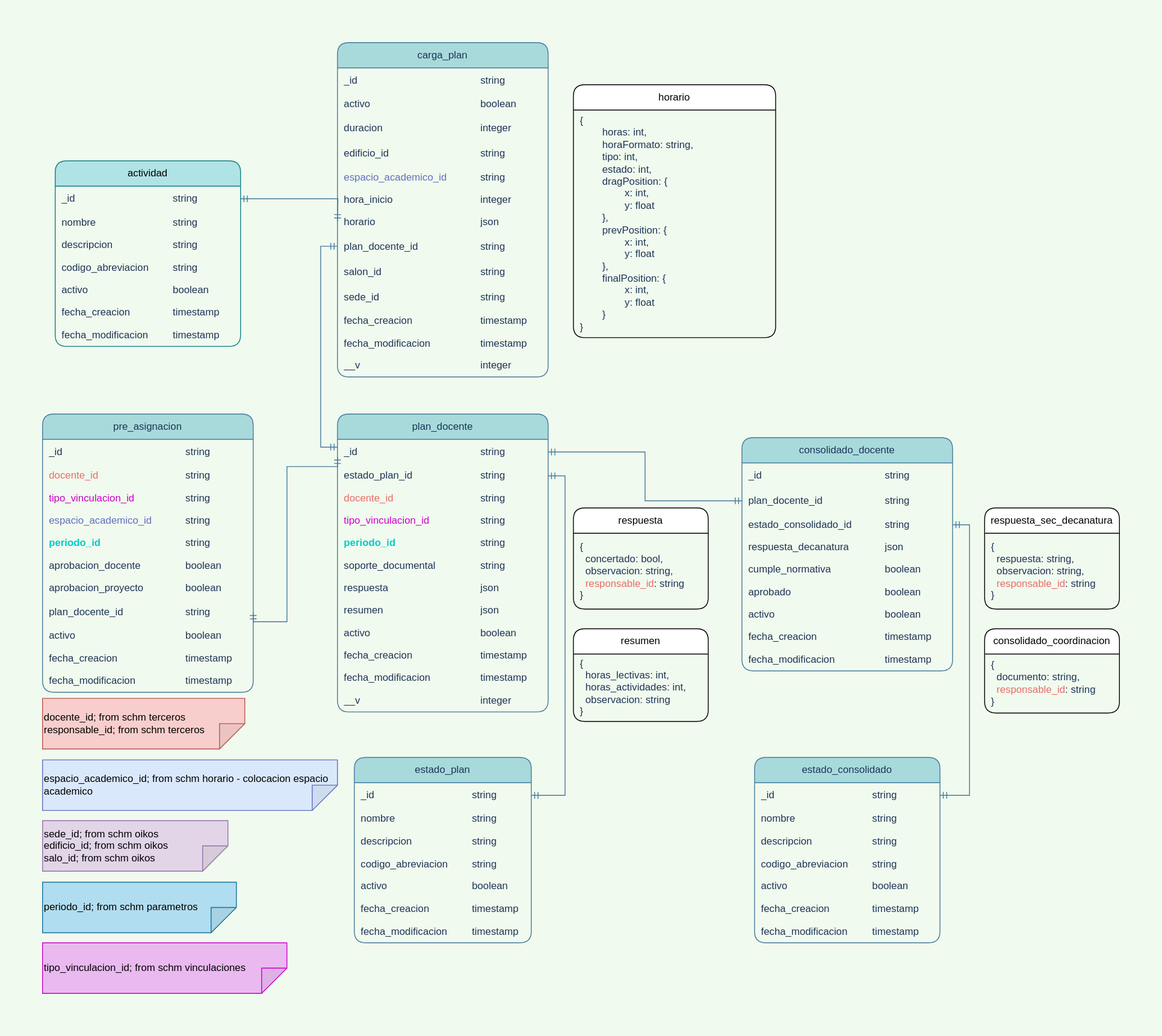
The draw.io diagram database/plan_trabajo_docente_crud.drawio.svg in udistrital/plan_trabajo_docente, before a commit. Source tidied: cells renumbered, new cells last; positions are measured from the earlier drawing's top-left corner, leaving out a move shared by most shapes.
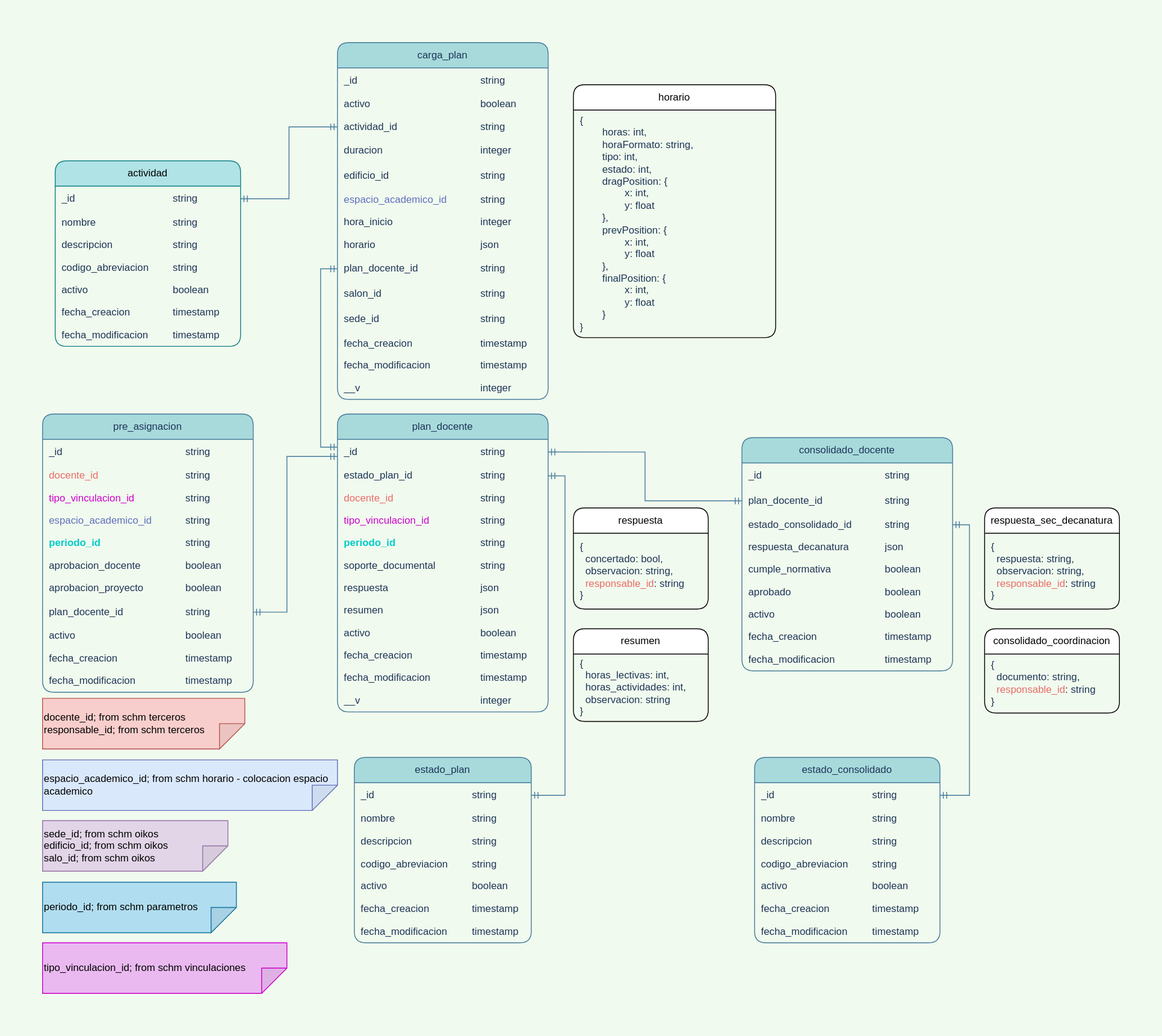
After the commit.

Commit message:
fix: actualización del esquema del plan de trabajo docente udistrital/sga_documentacion#375

What changed in the source:
```diff
@@ -438,7 +438,7 @@
       <mxGeometry relative="1" as="geometry" />
     </mxCell>
     <mxCell id="147" value="carga_plan" style="swimlane;fontStyle=0;horizontal=1;startSize=30;whiteSpace=wrap;html=1;rounded=1;labelBackgroundColor=none;fillColor=#A8DADC;strokeColor=#457B9D;fontColor=#1D3557;" parent="1" vertex="1">
-      <mxGeometry x="350" width="250" height="396.7" as="geometry" />
+      <mxGeometry x="350" width="250" height="423.4" as="geometry" />
     </mxCell>
     <mxCell id="148" style="group;glass=0;verticalAlign=middle;strokeColor=none;startSize=0;labelBackgroundColor=none;fontColor=#1D3557;" parent="147" vertex="1">
       <mxGeometry y="30" width="250" height="30" as="geometry" />
@@ -458,8 +458,17 @@
     <mxCell id="153" value="boolean" style="text;strokeColor=none;fillColor=none;align=left;verticalAlign=middle;spacingLeft=6;spacingRight=4;overflow=hidden;whiteSpace=wrap;html=1;labelBackgroundColor=none;fontColor=#1D3557;" parent="151" vertex="1">
       <mxGeometry x="162" width="88" height="26.7" as="geometry" />
     </mxCell>
+    <mxCell id="233" style="group;glass=0;verticalAlign=middle;strokeColor=none;startSize=0;labelBackgroundColor=none;fontColor=#1D3557;" parent="147" vertex="1">
+      <mxGeometry y="86.7" width="250" height="26.7" as="geometry" />
+    </mxCell>
+    <mxCell id="234" value="actividad_id" style="text;strokeColor=none;fillColor=none;align=left;verticalAlign=middle;spacingLeft=6;spacingRight=4;overflow=hidden;points=[[0,0.5],[1,0.5]];portConstraint=eastwest;whiteSpace=wrap;html=1;labelBackgroundColor=none;fontColor=#1D3557;" parent="233" vertex="1">
+      <mxGeometry width="160" height="26.7" as="geometry" />
+    </mxCell>
+    <mxCell id="235" value="string" style="text;strokeColor=none;fillColor=none;align=left;verticalAlign=middle;spacingLeft=6;spacingRight=4;overflow=hidden;whiteSpace=wrap;html=1;labelBackgroundColor=none;fontColor=#1D3557;" parent="233" vertex="1">
+      <mxGeometry x="162" width="88" height="26.7" as="geometry" />
+    </mxCell>
     <mxCell id="154" style="group;glass=0;verticalAlign=middle;strokeColor=none;startSize=0;labelBackgroundColor=none;fontColor=#1D3557;" parent="147" vertex="1">
-      <mxGeometry y="86.7" width="250" height="30" as="geometry" />
+      <mxGeometry y="113.3" width="250" height="30" as="geometry" />
     </mxCell>
     <mxCell id="155" value="duracion" style="text;strokeColor=none;fillColor=none;align=left;verticalAlign=middle;spacingLeft=6;spacingRight=4;overflow=hidden;whiteSpace=wrap;html=1;labelBackgroundColor=none;fontColor=#1D3557;" parent="154" vertex="1">
       <mxGeometry width="160" height="30" as="geometry" />
@@ -468,7 +477,7 @@
       <mxGeometry x="162" width="88" height="30" as="geometry" />
     </mxCell>
     <mxCell id="157" style="group;glass=0;verticalAlign=middle;strokeColor=none;startSize=0;labelBackgroundColor=none;fontColor=#1D3557;" parent="147" vertex="1">
-      <mxGeometry y="116.7" width="250" height="30" as="geometry" />
+      <mxGeometry y="143.3" width="250" height="30" as="geometry" />
     </mxCell>
     <mxCell id="158" value="edificio_id" style="text;strokeColor=none;fillColor=none;align=left;verticalAlign=middle;spacingLeft=6;spacingRight=4;overflow=hidden;whiteSpace=wrap;html=1;labelBackgroundColor=none;fontColor=#1D3557;" parent="157" vertex="1">
       <mxGeometry width="160" height="30" as="geometry" />
@@ -477,7 +486,7 @@
       <mxGeometry x="162" width="88" height="30" as="geometry" />
     </mxCell>
     <mxCell id="160" style="group;glass=0;verticalAlign=middle;strokeColor=none;startSize=0;labelBackgroundColor=none;fontColor=#1D3557;" parent="147" vertex="1">
-      <mxGeometry y="146.7" width="250" height="26.7" as="geometry" />
+      <mxGeometry y="173.3" width="250" height="26.7" as="geometry" />
     </mxCell>
     <mxCell id="161" value="espacio_academico_id" style="text;strokeColor=none;fillColor=none;align=left;verticalAlign=middle;spacingLeft=6;spacingRight=4;overflow=hidden;whiteSpace=wrap;html=1;labelBackgroundColor=none;fontColor=#5F6FBD;" parent="160" vertex="1">
       <mxGeometry width="160" height="26.7" as="geometry" />
@@ -486,7 +495,7 @@
       <mxGeometry x="162" width="88" height="26.7" as="geometry" />
     </mxCell>
     <mxCell id="163" style="group;glass=0;verticalAlign=middle;strokeColor=none;startSize=0;labelBackgroundColor=none;fontColor=#1D3557;" parent="147" vertex="1">
-      <mxGeometry y="173.3" width="250" height="26.7" as="geometry" />
+      <mxGeometry y="200" width="250" height="26.7" as="geometry" />
     </mxCell>
     <mxCell id="164" value="hora_inicio" style="text;strokeColor=none;fillColor=none;align=left;verticalAlign=middle;spacingLeft=6;spacingRight=4;overflow=hidden;whiteSpace=wrap;html=1;labelBackgroundColor=none;fontColor=#1D3557;" parent="163" vertex="1">
       <mxGeometry width="160" height="26.7" as="geometry" />
@@ -495,7 +504,7 @@
       <mxGeometry x="162" width="88" height="26.7" as="geometry" />
     </mxCell>
     <mxCell id="166" style="group;glass=0;verticalAlign=middle;strokeColor=none;startSize=0;labelBackgroundColor=none;fontColor=#1D3557;" parent="147" vertex="1">
-      <mxGeometry y="200" width="250" height="26.7" as="geometry" />
+      <mxGeometry y="226.7" width="250" height="26.7" as="geometry" />
     </mxCell>
     <mxCell id="167" value="horario" style="text;strokeColor=none;fillColor=none;align=left;verticalAlign=middle;spacingLeft=6;spacingRight=4;overflow=hidden;whiteSpace=wrap;html=1;labelBackgroundColor=none;fontColor=#1D3557;" parent="166" vertex="1">
       <mxGeometry width="160" height="26.7" as="geometry" />
@@ -504,7 +513,7 @@
       <mxGeometry x="162" width="88" height="26.7" as="geometry" />
     </mxCell>
     <mxCell id="169" style="group;glass=0;verticalAlign=middle;strokeColor=none;startSize=0;labelBackgroundColor=none;fontColor=#1D3557;" parent="147" vertex="1">
-      <mxGeometry y="226.7" width="250" height="30" as="geometry" />
+      <mxGeometry y="253.4" width="250" height="30" as="geometry" />
     </mxCell>
     <mxCell id="170" value="plan_docente_id" style="text;strokeColor=none;fillColor=none;align=left;verticalAlign=middle;spacingLeft=6;spacingRight=4;overflow=hidden;points=[[0,0.5],[1,0.5]];portConstraint=eastwest;whiteSpace=wrap;html=1;labelBackgroundColor=none;fontColor=#1D3557;" parent="169" vertex="1">
       <mxGeometry width="160" height="30" as="geometry" />
@@ -513,7 +522,7 @@
       <mxGeometry x="162" width="88" height="30" as="geometry" />
     </mxCell>
     <mxCell id="172" style="group;glass=0;verticalAlign=middle;strokeColor=none;startSize=0;labelBackgroundColor=none;fontColor=#1D3557;" parent="147" vertex="1">
-      <mxGeometry y="256.7" width="250" height="30" as="geometry" />
+      <mxGeometry y="283.4" width="250" height="30" as="geometry" />
     </mxCell>
     <mxCell id="173" value="salon_id" style="text;strokeColor=none;fillColor=none;align=left;verticalAlign=middle;spacingLeft=6;spacingRight=4;overflow=hidden;whiteSpace=wrap;html=1;labelBackgroundColor=none;fontColor=#1D3557;" parent="172" vertex="1">
       <mxGeometry width="160" height="30" as="geometry" />
@@ -522,7 +531,7 @@
       <mxGeometry x="162" width="88" height="30" as="geometry" />
     </mxCell>
     <mxCell id="175" style="group;glass=0;verticalAlign=middle;strokeColor=none;startSize=0;labelBackgroundColor=none;fontColor=#1D3557;" parent="147" vertex="1">
-      <mxGeometry y="286.7" width="250" height="30" as="geometry" />
+      <mxGeometry y="313.4" width="250" height="30" as="geometry" />
     </mxCell>
     <mxCell id="176" value="sede_id" style="text;strokeColor=none;fillColor=none;align=left;verticalAlign=middle;spacingLeft=6;spacingRight=4;overflow=hidden;whiteSpace=wrap;html=1;labelBackgroundColor=none;fontColor=#1D3557;" parent="175" vertex="1">
       <mxGeometry width="160" height="30" as="geometry" />
@@ -531,7 +540,7 @@
       <mxGeometry x="162" width="88" height="30" as="geometry" />
     </mxCell>
     <mxCell id="178" style="group;glass=0;verticalAlign=middle;strokeColor=none;startSize=0;labelBackgroundColor=none;fontColor=#1D3557;" parent="147" vertex="1">
-      <mxGeometry y="316.7" width="250" height="26.7" as="geometry" />
+      <mxGeometry y="343.4" width="250" height="26.7" as="geometry" />
     </mxCell>
     <mxCell id="179" value="fecha_creacion" style="text;strokeColor=none;fillColor=none;align=left;verticalAlign=middle;spacingLeft=6;spacingRight=4;overflow=hidden;whiteSpace=wrap;html=1;labelBackgroundColor=none;fontColor=#1D3557;" parent="178" vertex="1">
       <mxGeometry width="160" height="26.7" as="geometry" />
@@ -540,7 +549,7 @@
       <mxGeometry x="162" width="88" height="26.7" as="geometry" />
     </mxCell>
     <mxCell id="181" style="group;glass=0;verticalAlign=middle;strokeColor=none;startSize=0;labelBackgroundColor=none;fontColor=#1D3557;" parent="147" vertex="1">
-      <mxGeometry y="343.4" width="250" height="26.7" as="geometry" />
+      <mxGeometry y="370" width="250" height="26.7" as="geometry" />
     </mxCell>
     <mxCell id="182" value="fecha_modificacion" style="text;strokeColor=none;fillColor=none;align=left;verticalAlign=middle;spacingLeft=6;spacingRight=4;overflow=hidden;whiteSpace=wrap;html=1;labelBackgroundColor=none;fontColor=#1D3557;" parent="181" vertex="1">
       <mxGeometry width="160" height="26.7" as="geometry" />
@@ -549,7 +558,7 @@
       <mxGeometry x="162" width="88" height="26.7" as="geometry" />
     </mxCell>
     <mxCell id="184" style="group;glass=0;verticalAlign=middle;strokeColor=none;startSize=0;labelBackgroundColor=none;fontColor=#1D3557;" parent="147" vertex="1">
-      <mxGeometry y="370" width="250" height="26.7" as="geometry" />
+      <mxGeometry y="396.7" width="250" height="26.7" as="geometry" />
     </mxCell>
     <mxCell id="185" value="__v" style="text;strokeColor=none;fillColor=none;align=left;verticalAlign=middle;spacingLeft=6;spacingRight=4;overflow=hidden;whiteSpace=wrap;html=1;labelBackgroundColor=none;fontColor=#1D3557;" parent="184" vertex="1">
       <mxGeometry width="160" height="26.7" as="geometry" />
@@ -632,10 +641,8 @@
     <mxCell id="211" value="&lt;span class=&quot;hljs-punctuation&quot;&gt;{&lt;/span&gt;&lt;br&gt;&lt;span style=&quot;white-space: pre;&quot;&gt;&#9;&lt;/span&gt;horas&lt;span class=&quot;hljs-punctuation&quot;&gt;:&lt;/span&gt; int&lt;span class=&quot;hljs-punctuation&quot;&gt;,&lt;/span&gt;&lt;br&gt;  &lt;span style=&quot;white-space: pre;&quot;&gt;&#9;&lt;/span&gt;horaFormato&lt;span class=&quot;hljs-punctuation&quot;&gt;:&lt;/span&gt; string&lt;span class=&quot;hljs-punctuation&quot;&gt;,&lt;/span&gt;&lt;br&gt;  &lt;span style=&quot;white-space: pre;&quot;&gt;&#9;&lt;/span&gt;tipo&lt;span class=&quot;hljs-punctuation&quot;&gt;:&lt;/span&gt; int&lt;span class=&quot;hljs-punctuation&quot;&gt;,&lt;/span&gt;&lt;br&gt;  &lt;span style=&quot;white-space: pre;&quot;&gt;&#9;&lt;/span&gt;estado&lt;span class=&quot;hljs-punctuation&quot;&gt;:&lt;/span&gt; int&lt;span class=&quot;hljs-punctuation&quot;&gt;,&lt;/span&gt;&lt;br&gt;  &lt;span style=&quot;white-space: pre;&quot;&gt;&#9;&lt;/span&gt;dragPosition&lt;span class=&quot;hljs-punctuation&quot;&gt;:&lt;/span&gt; &lt;span class=&quot;hljs-punctuation&quot;&gt;{&lt;/span&gt;&lt;br&gt;    &lt;span style=&quot;white-space: pre;&quot;&gt;&#9;&lt;/span&gt;&lt;span style=&quot;white-space: pre;&quot;&gt;&#9;&lt;/span&gt;x&lt;span class=&quot;hljs-punctuation&quot;&gt;:&lt;/span&gt; int&lt;span class=&quot;hljs-punctuation&quot;&gt;,&lt;/span&gt;&lt;br&gt;    &lt;span style=&quot;white-space: pre;&quot;&gt;&#9;&lt;/span&gt;&lt;span style=&quot;white-space: pre;&quot;&gt;&#9;&lt;/span&gt;y&lt;span class=&quot;hljs-punctuation&quot;&gt;:&lt;/span&gt; float&lt;br&gt;  &lt;span class=&quot;hljs-punctuation&quot;&gt;&lt;span style=&quot;white-space: pre;&quot;&gt;&#9;&lt;/span&gt;}&lt;/span&gt;&lt;span class=&quot;hljs-punctuation&quot;&gt;,&lt;/span&gt;&lt;br&gt;  &lt;span style=&quot;white-space: pre;&quot;&gt;&#9;&lt;/span&gt;prevPosition&lt;span class=&quot;hljs-punctuation&quot;&gt;:&lt;/span&gt; &lt;span class=&quot;hljs-punctuation&quot;&gt;{&lt;/span&gt;&lt;br&gt;    &lt;span style=&quot;white-space: pre;&quot;&gt;&#9;&lt;/span&gt;&lt;span style=&quot;white-space: pre;&quot;&gt;&#9;&lt;/span&gt;x&lt;span class=&quot;hljs-punctuation&quot;&gt;:&lt;/span&gt; int&lt;span class=&quot;hljs-punctuation&quot;&gt;,&lt;/span&gt;&lt;br&gt;    &lt;span style=&quot;white-space: pre;&quot;&gt;&#9;&lt;/span&gt;&lt;span style=&quot;white-space: pre;&quot;&gt;&#9;&lt;/span&gt;y&lt;span class=&quot;hljs-punctuation&quot;&gt;:&lt;/span&gt; float&lt;br&gt;  &lt;span class=&quot;hljs-punctuation&quot;&gt;&lt;span style=&quot;white-space: pre;&quot;&gt;&#9;&lt;/span&gt;}&lt;/span&gt;&lt;span class=&quot;hljs-punctuation&quot;&gt;,&lt;/span&gt;&lt;br&gt;  &lt;span style=&quot;white-space: pre;&quot;&gt;&#9;&lt;/span&gt;finalPosition&lt;span class=&quot;hljs-punctuation&quot;&gt;:&lt;/span&gt; &lt;span class=&quot;hljs-punctuation&quot;&gt;{&lt;/span&gt;&lt;br&gt;    &lt;span style=&quot;white-space: pre;&quot;&gt;&#9;&lt;/span&gt;&lt;span style=&quot;white-space: pre;&quot;&gt;&#9;&lt;/span&gt;x&lt;span class=&quot;hljs-punctuation&quot;&gt;:&lt;/span&gt; int&lt;span class=&quot;hljs-punctuation&quot;&gt;,&lt;/span&gt;&lt;br&gt;    &lt;span style=&quot;white-space: pre;&quot;&gt;&#9;&lt;/span&gt;&lt;span style=&quot;white-space: pre;&quot;&gt;&#9;&lt;/span&gt;y&lt;span class=&quot;hljs-punctuation&quot;&gt;:&lt;/span&gt; float&lt;br&gt;  &lt;span class=&quot;hljs-punctuation&quot;&gt;&lt;span style=&quot;white-space: pre;&quot;&gt;&#9;&lt;/span&gt;}&lt;/span&gt;&lt;br&gt;&lt;span class=&quot;hljs-punctuation&quot;&gt;}&lt;/span&gt;" style="text;strokeColor=none;fillColor=none;align=left;verticalAlign=middle;spacingLeft=6;spacingRight=4;overflow=hidden;whiteSpace=wrap;html=1;labelBackgroundColor=none;fontColor=#1D3557;" parent="210" vertex="1">
       <mxGeometry width="240" height="270" as="geometry" />
     </mxCell>
-    <mxCell id="212" style="edgeStyle=orthogonalEdgeStyle;rounded=0;jettySize=auto;html=1;strokeColor=#457B9D;fontColor=#1D3557;fillColor=#A8DADC;endArrow=ERmandOne;endFill=0;startArrow=ERmandOne;startFill=0;entryX=1;entryY=0.5;entryDx=0;entryDy=0;" parent="1" edge="1" target="190">
-      <mxGeometry relative="1" as="geometry">
-        <mxPoint x="350" y="212.1" as="sourcePoint" />
-      </mxGeometry>
+    <mxCell id="212" style="edgeStyle=orthogonalEdgeStyle;rounded=0;jettySize=auto;html=1;strokeColor=#457B9D;fontColor=#1D3557;fillColor=#A8DADC;endArrow=ERmandOne;endFill=0;startArrow=ERmandOne;startFill=0;entryX=1;entryY=0.5;entryDx=0;entryDy=0;exitX=0;exitY=0.5;exitDx=0;exitDy=0;" parent="1" edge="1" source="234" target="190">
+      <mxGeometry relative="1" as="geometry" />
     </mxCell>
     <mxCell id="213" value="respuesta" style="swimlane;fontStyle=0;horizontal=1;startSize=30;whiteSpace=wrap;html=1;rounded=1;labelBackgroundColor=none;" parent="1" vertex="1">
       <mxGeometry x="630" y="552" width="160" height="120" as="geometry" />
@@ -646,12 +653,11 @@
     <mxCell id="215" value="{&lt;br&gt;&amp;nbsp; concertado: bool,&lt;br&gt;&amp;nbsp; observacion: string,&lt;br&gt;&lt;font color=&quot;#ea6b66&quot;&gt;&amp;nbsp; responsable_id&lt;/font&gt;: string&lt;br&gt;}" style="text;strokeColor=none;fillColor=none;align=left;verticalAlign=middle;spacingLeft=6;spacingRight=4;overflow=hidden;whiteSpace=wrap;html=1;labelBackgroundColor=none;fontColor=#1D3557;" parent="214" vertex="1">
       <mxGeometry width="160" height="90" as="geometry" />
     </mxCell>
-    <mxCell id="216" style="edgeStyle=orthogonalEdgeStyle;rounded=0;jettySize=auto;html=1;entryX=1;entryY=0.5;entryDx=0;entryDy=0;endArrow=ERmandOne;strokeColor=#457B9D;fontColor=#1D3557;fillColor=#A8DADC;endFill=0;startArrow=ERmandOne;startFill=0;exitX=0;exitY=0.687;exitDx=0;exitDy=0;exitPerimeter=0;" parent="1" edge="1" source="4" target="135">
+    <mxCell id="216" style="edgeStyle=orthogonalEdgeStyle;rounded=0;jettySize=auto;html=1;entryX=1;entryY=0.5;entryDx=0;entryDy=0;endArrow=ERmandOne;strokeColor=#457B9D;fontColor=#1D3557;fillColor=#A8DADC;endFill=0;startArrow=ERmandOne;startFill=0;" parent="1" edge="1" source="4" target="135">
       <mxGeometry relative="1" as="geometry">
         <Array as="points">
-          <mxPoint x="290" y="503" />
-          <mxPoint x="290" y="687" />
-          <mxPoint x="250" y="687" />
+          <mxPoint x="290" y="491" />
+          <mxPoint x="290" y="676" />
         </Array>
       </mxGeometry>
     </mxCell>
```
